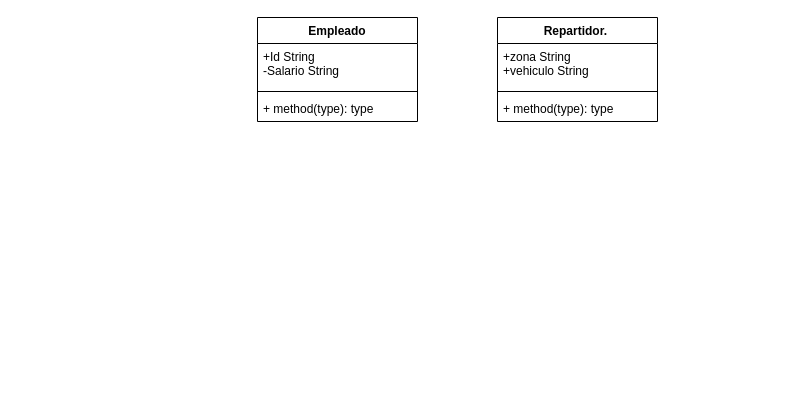
Before: page "Page-5" (5 of 5) of EntornosDeDesarrollo/UD5/ejercicio.drawio in GaunaRocioAnahi/RepostorioDeApuntes, a draw.io diagram. Source tidied: cells renumbered, new cells numbered last; positions are measured from the earlier drawing's top-left corner, leaving out a move shared by most shapes. Both pictures are drawn from the tidied source at 100%, with x=0, y=0 at pixel (257, 17).
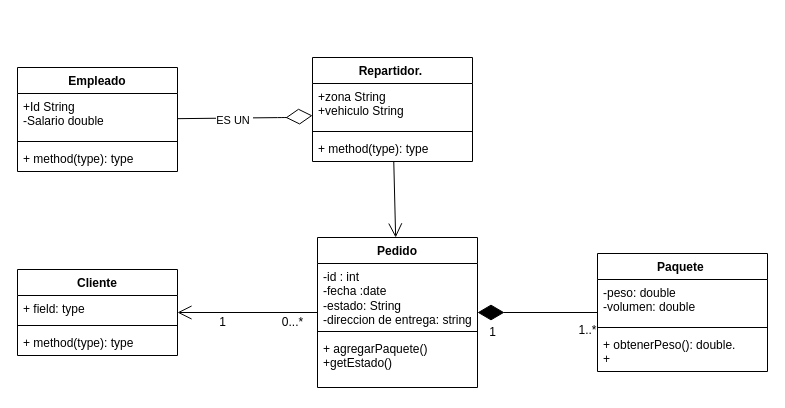
After the change.

What changed in the source:
```diff
@@
     <mxCell id="2" value="Repartidor.&amp;nbsp;" style="swimlane;fontStyle=1;align=center;verticalAlign=top;horizontal=1;startSize=26;whiteSpace=wrap;html=1;" parent="1" vertex="1">
-      <mxGeometry x="240" width="160" height="104" as="geometry" />
+      <mxGeometry x="55" y="40" width="160" height="104" as="geometry" />
     </mxCell>
@@
     <mxCell id="6" value="Empleado" style="swimlane;fontStyle=1;align=center;verticalAlign=top;horizontal=1;startSize=26;whiteSpace=wrap;html=1;" parent="1" vertex="1">
-      <mxGeometry width="160" height="104" as="geometry" />
+      <mxGeometry x="-240" y="50" width="160" height="104" as="geometry" />
     </mxCell>
-    <mxCell id="7" value="+Id String&lt;div&gt;&lt;font color=&quot;#000000&quot;&gt;-Salario String&lt;/font&gt;&lt;/div&gt;" style="text;strokeColor=none;fillColor=none;align=left;verticalAlign=top;spacingLeft=4;spacingRight=4;overflow=hidden;whiteSpace=wrap;html=1;" parent="6" vertex="1">
+    <mxCell id="7" value="+Id String&lt;div&gt;&lt;font color=&quot;#000000&quot;&gt;-Salario double&lt;/font&gt;&lt;/div&gt;" style="text;strokeColor=none;fillColor=none;align=left;verticalAlign=top;spacingLeft=4;spacingRight=4;overflow=hidden;whiteSpace=wrap;html=1;" parent="6" vertex="1">
       <mxGeometry y="26" width="160" height="44" as="geometry" />
     </mxCell>
@@
+    <mxCell id="10" value="Paquete&amp;nbsp;" style="swimlane;fontStyle=1;align=center;verticalAlign=top;horizontal=1;startSize=26;whiteSpace=wrap;html=1;" parent="1" vertex="1">
+      <mxGeometry x="340" y="236" width="170" height="118" as="geometry" />
+    </mxCell>
+    <mxCell id="11" value="-peso: double&lt;div&gt;-volumen: double&amp;nbsp;&lt;/div&gt;" style="text;strokeColor=none;fillColor=none;align=left;verticalAlign=top;spacingLeft=4;spacingRight=4;overflow=hidden;whiteSpace=wrap;html=1;" parent="10" vertex="1">
+      <mxGeometry y="26" width="170" height="44" as="geometry" />
+    </mxCell>
+    <mxCell id="12" style="line;strokeWidth=1;fillColor=none;align=left;verticalAlign=middle;spacingTop=-1;spacingLeft=3;spacingRight=3;labelPosition=right;strokeColor=inherit;" parent="10" vertex="1">
+      <mxGeometry y="70" width="170" height="8" as="geometry" />
+    </mxCell>
+    <mxCell id="13" value="+ obtenerPeso(): double.&amp;nbsp;&lt;div&gt;+&lt;/div&gt;" style="text;strokeColor=none;fillColor=none;align=left;verticalAlign=top;spacingLeft=4;spacingRight=4;overflow=hidden;whiteSpace=wrap;html=1;" parent="10" vertex="1">
+      <mxGeometry y="78" width="170" height="40" as="geometry" />
+    </mxCell>
+    <mxCell id="14" value="Cliente" style="swimlane;fontStyle=1;align=center;verticalAlign=top;horizontal=1;startSize=26;whiteSpace=wrap;html=1;" parent="1" vertex="1">
+      <mxGeometry x="-240" y="252" width="160" height="86" as="geometry" />
+    </mxCell>
+    <mxCell id="15" value="+ field: type" style="text;strokeColor=none;fillColor=none;align=left;verticalAlign=top;spacingLeft=4;spacingRight=4;overflow=hidden;whiteSpace=wrap;html=1;" parent="14" vertex="1">
+      <mxGeometry y="26" width="160" height="26" as="geometry" />
+    </mxCell>
+    <mxCell id="16" style="line;strokeWidth=1;fillColor=none;align=left;verticalAlign=middle;spacingTop=-1;spacingLeft=3;spacingRight=3;labelPosition=right;strokeColor=inherit;" parent="14" vertex="1">
+      <mxGeometry y="52" width="160" height="8" as="geometry" />
+    </mxCell>
+    <mxCell id="17" value="+ method(type): type" style="text;strokeColor=none;fillColor=none;align=left;verticalAlign=top;spacingLeft=4;spacingRight=4;overflow=hidden;whiteSpace=wrap;html=1;" parent="14" vertex="1">
+      <mxGeometry y="60" width="160" height="26" as="geometry" />
+    </mxCell>
+    <mxCell id="18" value="Pedido" style="swimlane;fontStyle=1;align=center;verticalAlign=top;horizontal=1;startSize=26;whiteSpace=wrap;html=1;" parent="1" vertex="1">
+      <mxGeometry x="60" y="220" width="160" height="150" as="geometry" />
+    </mxCell>
+    <mxCell id="19" value="-id : int&lt;div&gt;-fecha :date&lt;/div&gt;&lt;div&gt;-estado: String&lt;/div&gt;&lt;div&gt;-direccion de entrega: string&lt;/div&gt;" style="text;strokeColor=none;fillColor=none;align=left;verticalAlign=top;spacingLeft=4;spacingRight=4;overflow=hidden;whiteSpace=wrap;html=1;" parent="18" vertex="1">
+      <mxGeometry y="26" width="160" height="64" as="geometry" />
+    </mxCell>
+    <mxCell id="20" style="line;strokeWidth=1;fillColor=none;align=left;verticalAlign=middle;spacingTop=-1;spacingLeft=3;spacingRight=3;labelPosition=right;strokeColor=inherit;" parent="18" vertex="1">
+      <mxGeometry y="90" width="160" height="8" as="geometry" />
+    </mxCell>
+    <mxCell id="21" value="+ agregarPaquete()&lt;div&gt;+getEstado()&lt;/div&gt;" style="text;strokeColor=none;fillColor=none;align=left;verticalAlign=top;spacingLeft=4;spacingRight=4;overflow=hidden;whiteSpace=wrap;html=1;" parent="18" vertex="1">
+      <mxGeometry y="98" width="160" height="52" as="geometry" />
+    </mxCell>
+    <mxCell id="22" style="endArrow=diamondThin;endFill=1;endSize=24;html=1;" parent="1" edge="1" source="10" target="18">
+      <mxGeometry relative="1" as="geometry" />
+    </mxCell>
+    <mxCell id="23" style="endArrow=open;endFill=1;endSize=12;html=1;" parent="1" edge="1" source="18" target="14">
+      <mxGeometry relative="1" as="geometry" />
+    </mxCell>
+    <mxCell id="24" value="1" style="text;html=1;align=center;verticalAlign=middle;strokeColor=none;fillColor=none;" parent="1" vertex="1">
+      <mxGeometry x="-50" y="290" width="30" height="30" as="geometry" />
+    </mxCell>
+    <mxCell id="25" value="0...*" style="text;html=1;align=center;verticalAlign=middle;strokeColor=none;fillColor=none;" parent="1" vertex="1">
+      <mxGeometry x="15" y="290" width="40" height="30" as="geometry" />
+    </mxCell>
+    <mxCell id="26" value="1" style="text;html=1;align=center;verticalAlign=middle;strokeColor=none;fillColor=none;" parent="1" vertex="1">
+      <mxGeometry x="220" y="300" width="30" height="30" as="geometry" />
+    </mxCell>
+    <mxCell id="27" value="1..*" style="text;html=1;align=center;verticalAlign=middle;strokeColor=none;fillColor=none;" parent="1" vertex="1">
+      <mxGeometry x="310" y="298" width="40" height="30" as="geometry" />
+    </mxCell>
+    <mxCell id="28" style="endArrow=diamondThin;endFill=0;endSize=24;html=1;" parent="1" edge="1" source="6" target="2">
+      <mxGeometry relative="1" as="geometry">
+        <Array as="points">
+          <mxPoint x="30" y="100" />
+        </Array>
+      </mxGeometry>
+    </mxCell>
+    <mxCell id="29" value="ES UN&amp;nbsp;" style="edgeLabel;html=1;align=center;verticalAlign=middle;" parent="28" vertex="1">
+      <mxGeometry x="-0.17" y="-2" relative="1" as="geometry" />
+    </mxCell>
+    <mxCell id="30" style="endArrow=open;endFill=1;endSize=12;html=1;" parent="1" edge="1" source="2" target="18">
+      <mxGeometry relative="1" as="geometry" />
+    </mxCell>
```
